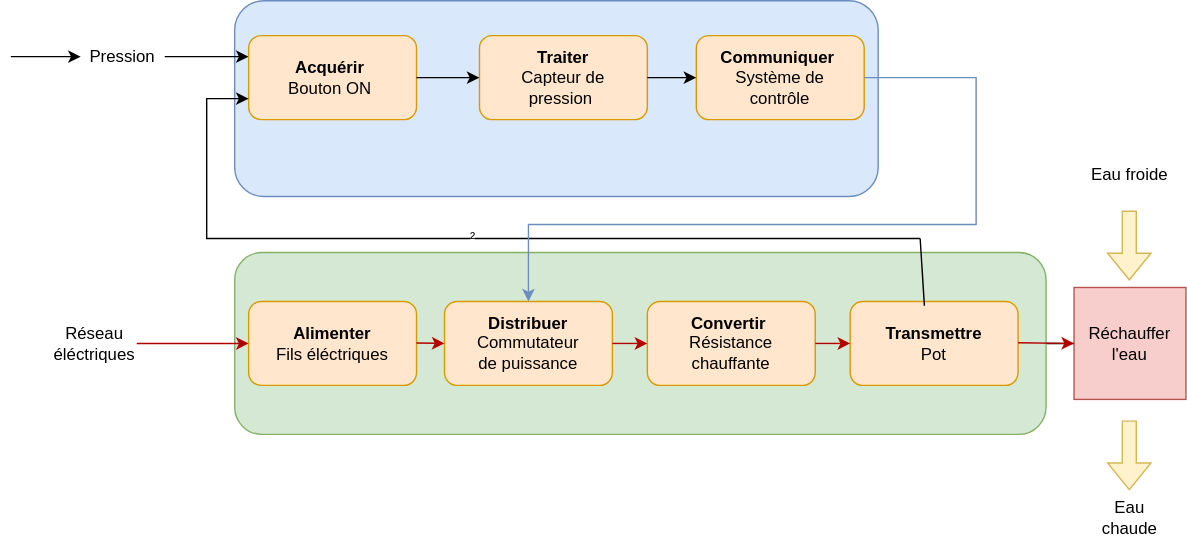
Before: Images/Cours/DBI_bouilloire.svg, a diagram exported from draw.io (Martlem/Image_classeur). Source tidied: cells renumbered, new cells last; positions are measured from the earlier drawing's top-left corner, leaving out a move shared by most shapes. The source it was exported from:
```xml
<mxGraphModel>
  <root>
    <mxCell id="0" />
    <mxCell id="1" parent="0" />
    <mxCell id="2" style="edgeStyle=orthogonalEdgeStyle;rounded=0;jettySize=auto;html=1;" parent="1" edge="1" source="3" target="31">
      <mxGeometry relative="1" as="geometry" />
    </mxCell>
    <mxCell id="3" style="rounded=1;whiteSpace=wrap;html=1;strokeWidth=1;fillColor=#d5e8d4;strokeColor=#82b366;" parent="1" vertex="1">
      <mxGeometry x="160" y="180" width="580" height="130" as="geometry" />
    </mxCell>
    <mxCell id="4" style="rounded=1;whiteSpace=wrap;html=1;strokeWidth=1;fillColor=#dae8fc;strokeColor=#6c8ebf;" parent="1" vertex="1">
      <mxGeometry x="160" width="460" height="140" as="geometry" />
    </mxCell>
    <mxCell id="5" style="rounded=1;whiteSpace=wrap;html=1;fillColor=#ffe6cc;strokeColor=#d79b00;" parent="1" vertex="1">
      <mxGeometry x="335" y="25" width="120" height="60" as="geometry" />
    </mxCell>
    <mxCell id="6" style="endArrow=classic;html=1;rounded=0;strokeWidth=1;fillColor=#e51400;strokeColor=#B20000;" parent="1" edge="1" source="7" target="15">
      <mxGeometry relative="1" as="geometry" />
    </mxCell>
    <mxCell id="7" value="Réseau éléctriques" style="text;strokeColor=none;align=center;fillColor=none;html=1;verticalAlign=middle;whiteSpace=wrap;rounded=0;strokeWidth=1;" parent="1" vertex="1">
      <mxGeometry x="30" y="230" width="60" height="30" as="geometry" />
    </mxCell>
    <mxCell id="8" style="endArrow=classic;html=1;rounded=0;strokeWidth=1;entryX=0;entryY=0.25;entryDx=0;entryDy=0;" parent="1" edge="1" target="11">
      <mxGeometry relative="1" as="geometry">
        <mxPoint x="110" y="40" as="sourcePoint" />
      </mxGeometry>
    </mxCell>
    <mxCell id="9" style="endArrow=classic;html=1;rounded=0;entryX=0;entryY=0.5;entryDx=0;entryDy=0;strokeWidth=1;" parent="1" edge="1">
      <mxGeometry relative="1" as="geometry">
        <mxPoint y="40" as="sourcePoint" />
        <mxPoint x="50" y="40" as="targetPoint" />
      </mxGeometry>
    </mxCell>
    <mxCell id="10" value="Pression" style="text;strokeColor=none;align=center;fillColor=none;html=1;verticalAlign=middle;whiteSpace=wrap;rounded=0;strokeWidth=1;" parent="1" vertex="1">
      <mxGeometry x="50" y="25" width="60" height="30" as="geometry" />
    </mxCell>
    <mxCell id="11" style="rounded=1;whiteSpace=wrap;html=1;fillColor=#ffe6cc;strokeColor=#d79b00;" parent="1" vertex="1">
      <mxGeometry x="170" y="25" width="120" height="60" as="geometry" />
    </mxCell>
    <mxCell id="12" value="&lt;b&gt;Traiter&lt;br&gt;&lt;/b&gt;Capteur de pression&amp;nbsp;" style="text;strokeColor=none;align=center;fillColor=none;html=1;verticalAlign=middle;whiteSpace=wrap;rounded=0;" parent="1" vertex="1">
      <mxGeometry x="350" y="40" width="90" height="30" as="geometry" />
    </mxCell>
    <mxCell id="13" style="endArrow=classic;html=1;rounded=0;entryX=0;entryY=0.5;entryDx=0;entryDy=0;exitX=1;exitY=0.5;exitDx=0;exitDy=0;" parent="1" edge="1" source="11" target="5">
      <mxGeometry relative="1" as="geometry" />
    </mxCell>
    <mxCell id="14" style="rounded=1;whiteSpace=wrap;html=1;fillColor=#ffe6cc;strokeColor=#d79b00;" parent="1" vertex="1">
      <mxGeometry x="490" y="25" width="120" height="60" as="geometry" />
    </mxCell>
    <mxCell id="15" style="rounded=1;whiteSpace=wrap;html=1;fillColor=#ffe6cc;strokeColor=#d79b00;" parent="1" vertex="1">
      <mxGeometry x="170" y="215" width="120" height="60" as="geometry" />
    </mxCell>
    <mxCell id="16" value="&lt;b&gt;Communiquer&amp;nbsp;&lt;/b&gt;&lt;br&gt;Système de contrôle" style="text;strokeColor=none;align=center;fillColor=none;html=1;verticalAlign=middle;whiteSpace=wrap;rounded=0;" parent="1" vertex="1">
      <mxGeometry x="510" y="40" width="80" height="30" as="geometry" />
    </mxCell>
    <mxCell id="17" style="endArrow=classic;html=1;rounded=0;entryX=0;entryY=0.5;entryDx=0;entryDy=0;exitX=1;exitY=0.5;exitDx=0;exitDy=0;" parent="1" edge="1" source="5" target="14">
      <mxGeometry relative="1" as="geometry" />
    </mxCell>
    <mxCell id="18" value="&lt;b&gt;Acquérir&amp;nbsp;&lt;br&gt;&lt;/b&gt;Bouton ON&amp;nbsp;" style="text;strokeColor=none;align=center;fillColor=none;html=1;verticalAlign=middle;whiteSpace=wrap;rounded=0;" parent="1" vertex="1">
      <mxGeometry x="185" y="40" width="90" height="30" as="geometry" />
    </mxCell>
    <mxCell id="19" value="&lt;b&gt;Alimenter&lt;br&gt;&lt;/b&gt;Fils éléctriques" style="text;strokeColor=none;align=center;fillColor=none;html=1;verticalAlign=middle;whiteSpace=wrap;rounded=0;" parent="1" vertex="1">
      <mxGeometry x="185" y="230" width="90" height="30" as="geometry" />
    </mxCell>
    <mxCell id="20" style="rounded=1;whiteSpace=wrap;html=1;fillColor=#ffe6cc;strokeColor=#d79b00;" parent="1" vertex="1">
      <mxGeometry x="310" y="215" width="120" height="60" as="geometry" />
    </mxCell>
    <mxCell id="21" value="&lt;b&gt;Distribuer&lt;br&gt;&lt;/b&gt;Commutateur de puissance" style="text;strokeColor=none;align=center;fillColor=none;html=1;verticalAlign=middle;whiteSpace=wrap;rounded=0;" parent="1" vertex="1">
      <mxGeometry x="325" y="230" width="90" height="30" as="geometry" />
    </mxCell>
    <mxCell id="22" style="endArrow=classic;html=1;rounded=0;strokeWidth=1;fillColor=#e51400;strokeColor=#B20000;" parent="1" edge="1">
      <mxGeometry relative="1" as="geometry">
        <mxPoint x="290" y="244.7" as="sourcePoint" />
        <mxPoint x="310" y="245" as="targetPoint" />
      </mxGeometry>
    </mxCell>
    <mxCell id="23" style="rounded=1;whiteSpace=wrap;html=1;fillColor=#ffe6cc;strokeColor=#d79b00;" parent="1" vertex="1">
      <mxGeometry x="455" y="215" width="120" height="60" as="geometry" />
    </mxCell>
    <mxCell id="24" value="&lt;b&gt;Convertir&amp;nbsp;&lt;/b&gt;&lt;br&gt;Résistance chauffante" style="text;strokeColor=none;align=center;fillColor=none;html=1;verticalAlign=middle;whiteSpace=wrap;rounded=0;" parent="1" vertex="1">
      <mxGeometry x="470" y="230" width="90" height="30" as="geometry" />
    </mxCell>
    <mxCell id="25" style="endArrow=classic;html=1;rounded=0;entryX=0;entryY=0.5;entryDx=0;entryDy=0;exitX=1;exitY=0.5;exitDx=0;exitDy=0;fillColor=#e51400;strokeColor=#B20000;" parent="1" edge="1" source="20" target="23">
      <mxGeometry relative="1" as="geometry" />
    </mxCell>
    <mxCell id="26" style="rounded=1;whiteSpace=wrap;html=1;fillColor=#ffe6cc;strokeColor=#d79b00;" parent="1" vertex="1">
      <mxGeometry x="600" y="215" width="120" height="60" as="geometry" />
    </mxCell>
    <mxCell id="27" value="&lt;b&gt;Transmettre&lt;/b&gt;&lt;br&gt;Pot" style="text;strokeColor=none;align=center;fillColor=none;html=1;verticalAlign=middle;whiteSpace=wrap;rounded=0;" parent="1" vertex="1">
      <mxGeometry x="615" y="230" width="90" height="30" as="geometry" />
    </mxCell>
    <mxCell id="28" value="²" style="endArrow=classic;html=1;rounded=0;entryX=0;entryY=0.75;entryDx=0;entryDy=0;" parent="1" edge="1" target="11">
      <mxGeometry relative="1" as="geometry">
        <mxPoint x="650" y="170" as="sourcePoint" />
        <Array as="points">
          <mxPoint x="140" y="170" />
          <mxPoint x="140" y="70" />
        </Array>
      </mxGeometry>
    </mxCell>
    <mxCell id="29" style="endArrow=classic;html=1;rounded=0;entryX=0;entryY=0.5;entryDx=0;entryDy=0;exitX=1;exitY=0.5;exitDx=0;exitDy=0;fillColor=#e51400;strokeColor=#B20000;" parent="1" edge="1" source="23" target="26">
      <mxGeometry relative="1" as="geometry" />
    </mxCell>
    <mxCell id="30" style="whiteSpace=wrap;html=1;fillColor=#f8cecc;strokeColor=#b85450;" parent="1" vertex="1">
      <mxGeometry x="760" y="205" width="80" height="80" as="geometry" />
    </mxCell>
    <mxCell id="31" value="Réchauffer l'eau" style="text;strokeColor=none;align=center;fillColor=none;html=1;verticalAlign=middle;whiteSpace=wrap;rounded=0;" parent="1" vertex="1">
      <mxGeometry x="770" y="230" width="60" height="30" as="geometry" />
    </mxCell>
    <mxCell id="32" style="endArrow=classic;html=1;rounded=0;entryX=0;entryY=0.5;entryDx=0;entryDy=0;fillColor=#e51400;strokeColor=#B20000;" parent="1" edge="1" target="30">
      <mxGeometry relative="1" as="geometry">
        <mxPoint x="720" y="244.5" as="sourcePoint" />
      </mxGeometry>
    </mxCell>
    <mxCell id="33" style="shape=flexArrow;endArrow=classic;html=1;rounded=0;fillColor=#fff2cc;strokeColor=#d6b656;" parent="1" edge="1">
      <mxGeometry relative="1" as="geometry">
        <mxPoint x="799.5" y="150" as="sourcePoint" />
        <mxPoint x="799.5" y="200" as="targetPoint" />
      </mxGeometry>
    </mxCell>
    <mxCell id="34" value="Eau froide&lt;br&gt;" style="text;strokeColor=none;align=center;fillColor=none;html=1;verticalAlign=middle;whiteSpace=wrap;rounded=0;" parent="1" vertex="1">
      <mxGeometry x="770" y="110" width="60" height="30" as="geometry" />
    </mxCell>
    <mxCell id="35" value="Eau chaude" style="text;strokeColor=none;align=center;fillColor=none;html=1;verticalAlign=middle;whiteSpace=wrap;rounded=0;" parent="1" vertex="1">
      <mxGeometry x="770" y="355" width="60" height="30" as="geometry" />
    </mxCell>
    <mxCell id="36" style="shape=flexArrow;endArrow=classic;html=1;rounded=0;fillColor=#fff2cc;strokeColor=#d6b656;" parent="1" edge="1">
      <mxGeometry relative="1" as="geometry">
        <mxPoint x="799.5" y="300" as="sourcePoint" />
        <mxPoint x="799.5" y="350" as="targetPoint" />
      </mxGeometry>
    </mxCell>
    <mxCell id="37" style="endArrow=classic;html=1;rounded=0;exitX=1;exitY=0.5;exitDx=0;exitDy=0;entryX=0.5;entryY=0;entryDx=0;entryDy=0;fillColor=#dae8fc;strokeColor=#6c8ebf;" parent="1" edge="1" source="14" target="20">
      <mxGeometry relative="1" as="geometry">
        <Array as="points">
          <mxPoint x="690" y="55" />
          <mxPoint x="690" y="160" />
          <mxPoint x="370" y="160" />
        </Array>
      </mxGeometry>
    </mxCell>
    <mxCell id="38" style="endArrow=none;html=1;rounded=0;exitX=0.442;exitY=0.05;exitDx=0;exitDy=0;exitPerimeter=0;" parent="1" edge="1" source="26">
      <mxGeometry relative="1" as="geometry">
        <mxPoint x="650" y="170" as="targetPoint" />
      </mxGeometry>
    </mxCell>
  </root>
</mxGraphModel>
```
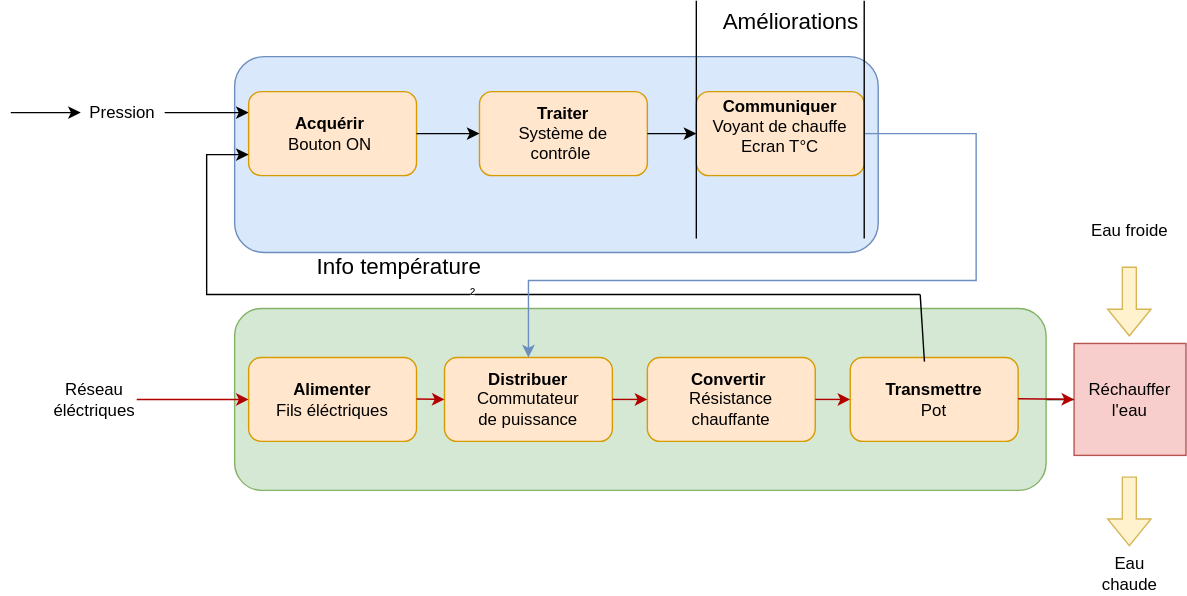
The same diagram one commit later.

Commit message:
Mettre à jour DBI_bouilloire.svg

The edit, as a diff of the source:
```diff
@@ -37,7 +37,7 @@
     <mxCell id="11" style="rounded=1;whiteSpace=wrap;html=1;fillColor=#ffe6cc;strokeColor=#d79b00;" parent="1" vertex="1">
       <mxGeometry x="170" y="25" width="120" height="60" as="geometry" />
     </mxCell>
-    <mxCell id="12" value="&lt;b&gt;Traiter&lt;br&gt;&lt;/b&gt;Capteur de pression&amp;nbsp;" style="text;strokeColor=none;align=center;fillColor=none;html=1;verticalAlign=middle;whiteSpace=wrap;rounded=0;" parent="1" vertex="1">
+    <mxCell id="12" value="&lt;b&gt;Traiter&lt;br&gt;&lt;/b&gt;Système de contrôle&amp;nbsp;" style="text;strokeColor=none;align=center;fillColor=none;html=1;verticalAlign=middle;whiteSpace=wrap;rounded=0;" parent="1" vertex="1">
       <mxGeometry x="350" y="40" width="90" height="30" as="geometry" />
     </mxCell>
     <mxCell id="13" style="endArrow=classic;html=1;rounded=0;entryX=0;entryY=0.5;entryDx=0;entryDy=0;exitX=1;exitY=0.5;exitDx=0;exitDy=0;" parent="1" edge="1" source="11" target="5">
@@ -49,11 +49,10 @@
     <mxCell id="15" style="rounded=1;whiteSpace=wrap;html=1;fillColor=#ffe6cc;strokeColor=#d79b00;" parent="1" vertex="1">
       <mxGeometry x="170" y="215" width="120" height="60" as="geometry" />
     </mxCell>
-    <mxCell id="16" value="&lt;b&gt;Communiquer&amp;nbsp;&lt;/b&gt;&lt;br&gt;Système de contrôle" style="text;strokeColor=none;align=center;fillColor=none;html=1;verticalAlign=middle;whiteSpace=wrap;rounded=0;" parent="1" vertex="1">
-      <mxGeometry x="510" y="40" width="80" height="30" as="geometry" />
-    </mxCell>
-    <mxCell id="17" style="endArrow=classic;html=1;rounded=0;entryX=0;entryY=0.5;entryDx=0;entryDy=0;exitX=1;exitY=0.5;exitDx=0;exitDy=0;" parent="1" edge="1" source="5" target="14">
-      <mxGeometry relative="1" as="geometry" />
+    <mxCell id="17" style="endArrow=classic;html=1;rounded=0;entryX=0;entryY=0.5;entryDx=0;entryDy=0;" parent="1" edge="1" target="14">
+      <mxGeometry relative="1" as="geometry">
+        <mxPoint x="455" y="55" as="sourcePoint" />
+      </mxGeometry>
     </mxCell>
     <mxCell id="18" value="&lt;b&gt;Acquérir&amp;nbsp;&lt;br&gt;&lt;/b&gt;Bouton ON&amp;nbsp;" style="text;strokeColor=none;align=center;fillColor=none;html=1;verticalAlign=middle;whiteSpace=wrap;rounded=0;" parent="1" vertex="1">
       <mxGeometry x="185" y="40" width="90" height="30" as="geometry" />
@@ -143,5 +142,26 @@
         <mxPoint x="650" y="170" as="targetPoint" />
       </mxGeometry>
     </mxCell>
+    <mxCell id="39" value="Info température&amp;nbsp;" style="text;strokeColor=none;fillColor=none;html=1;align=center;verticalAlign=middle;whiteSpace=wrap;rounded=0;fontSize=16;" parent="1" vertex="1">
+      <mxGeometry x="210" y="120" width="140" height="60" as="geometry" />
+    </mxCell>
+    <mxCell id="40" style="endArrow=none;html=1;rounded=0;fontSize=12;startSize=8;endSize=8;curved=1;" parent="1" edge="1">
+      <mxGeometry relative="1" as="geometry">
+        <mxPoint x="490" y="130" as="sourcePoint" />
+        <mxPoint x="490" y="-40" as="targetPoint" />
+      </mxGeometry>
+    </mxCell>
+    <mxCell id="41" style="endArrow=none;html=1;rounded=0;fontSize=12;startSize=8;endSize=8;curved=1;" parent="1" edge="1">
+      <mxGeometry relative="1" as="geometry">
+        <mxPoint x="610" y="130" as="sourcePoint" />
+        <mxPoint x="610" y="-40" as="targetPoint" />
+      </mxGeometry>
+    </mxCell>
+    <mxCell id="42" value="Améliorations&amp;nbsp;" style="text;strokeColor=none;fillColor=none;html=1;align=center;verticalAlign=middle;whiteSpace=wrap;rounded=0;fontSize=16;" parent="1" vertex="1">
+      <mxGeometry x="530" y="-40" width="60" height="30" as="geometry" />
+    </mxCell>
+    <mxCell id="16" value="&lt;b&gt;Communiquer&lt;/b&gt;&lt;br&gt;Voyant de chauffe&lt;br&gt;Ecran T°C" style="text;strokeColor=none;align=center;fillColor=none;html=1;verticalAlign=middle;whiteSpace=wrap;rounded=0;" parent="1" vertex="1">
+      <mxGeometry x="455" y="15" width="190" height="70" as="geometry" />
+    </mxCell>
   </root>
 </mxGraphModel>
```
